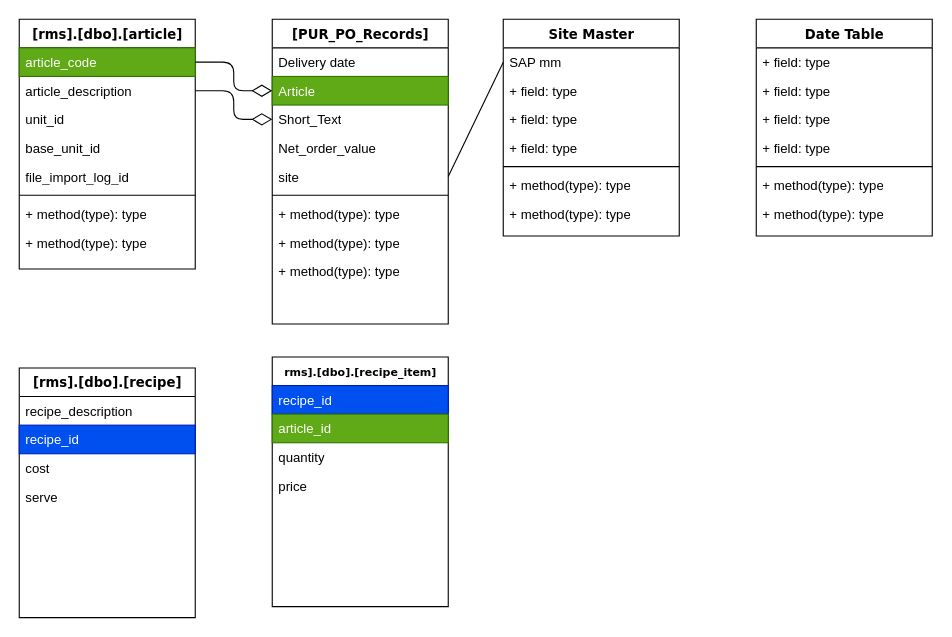
lolanto-ds/diagram keeps this draw.io diagram as Untitled Diagram.drawio. Above is the earlier version. Source tidied: cells renumbered, new cells numbered last; positions are measured from the earlier drawing's top-left corner, leaving out a move shared by most shapes. Both pictures are drawn from the tidied source at 110%, with x=0, y=0 at pixel (19, 19).
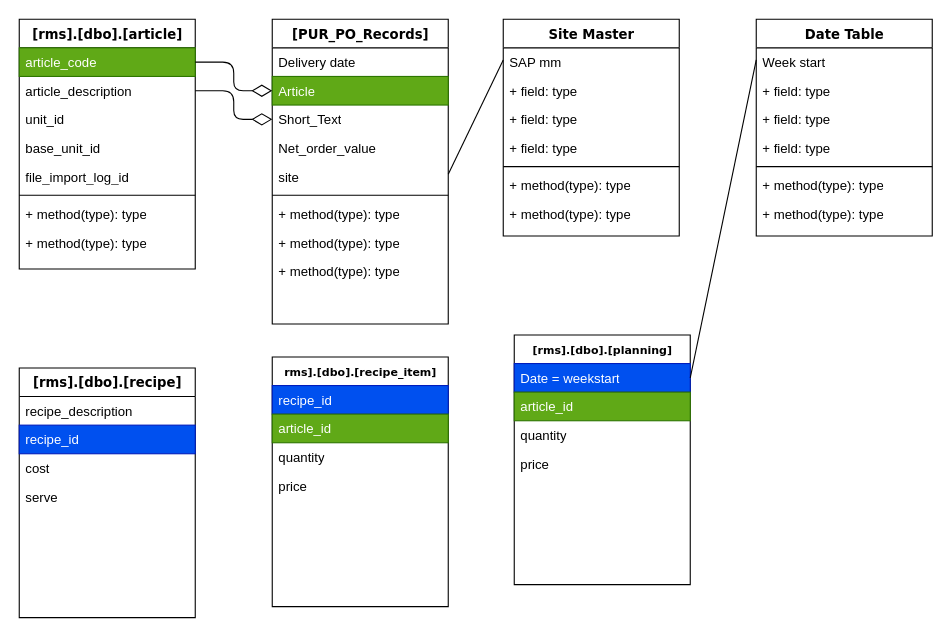
The same page after the edit.

Unchanged cells that the change refers to:
```xml
<mxCell id="16" value="site" style="text;html=1;strokeColor=none;fillColor=none;align=left;verticalAlign=top;spacingLeft=4;spacingRight=4;whiteSpace=wrap;overflow=hidden;points=[[0,0.5],[1,0.5]];portConstraint=eastwest;" parent="11" vertex="1">
  <mxGeometry y="130" width="160" height="26" as="geometry" />
</mxCell>
<mxCell id="22" value="SAP mm" style="text;html=1;strokeColor=none;fillColor=none;align=left;verticalAlign=top;spacingLeft=4;spacingRight=4;whiteSpace=wrap;overflow=hidden;points=[[0,0.5],[1,0.5]];portConstraint=eastwest;" parent="21" vertex="1">
  <mxGeometry y="26" width="160" height="26" as="geometry" />
</mxCell>
<mxCell id="36" value="Date Table" style="swimlane;html=1;fontStyle=1;align=center;verticalAlign=top;horizontal=1;startSize=26;swimlaneFillColor=#ffffff;rounded=0;shadow=0;comic=0;labelBackgroundColor=none;strokeWidth=1;fillColor=none;fontFamily=Verdana;fontSize=12;" parent="1" vertex="1">
  <mxGeometry x="670" width="160" height="197" as="geometry" />
</mxCell>
```

The edit, as a diff of the source:
```diff
@@
-    <mxCell id="37" value="+ field: type" style="text;html=1;strokeColor=none;fillColor=none;align=left;verticalAlign=top;spacingLeft=4;spacingRight=4;whiteSpace=wrap;overflow=hidden;" parent="36" vertex="1">
+    <mxCell id="37" value="Week start" style="text;html=1;strokeColor=none;fillColor=none;align=left;verticalAlign=top;spacingLeft=4;spacingRight=4;whiteSpace=wrap;overflow=hidden;" parent="36" vertex="1">
       <mxGeometry y="26" width="160" height="26" as="geometry" />
     </mxCell>
@@
-    <mxCell id="44" style="endArrow=none;html=1;rounded=0;fontSize=12;startSize=8;endSize=8;curved=1;entryX=0;entryY=0.5;entryDx=0;entryDy=0;exitX=1;exitY=0.5;exitDx=0;exitDy=0;" parent="1" edge="1" source="16" target="22">
-      <mxGeometry relative="1" as="geometry" />
+    <mxCell id="44" style="endArrow=none;html=1;rounded=0;fontSize=12;startSize=8;endSize=8;curved=1;entryX=0;entryY=0.5;entryDx=0;entryDy=0;exitX=1;exitY=0.5;exitDx=0;exitDy=0;" parent="1" edge="1">
+      <mxGeometry relative="1" as="geometry">
+        <mxPoint x="390" y="141" as="sourcePoint" />
+        <mxPoint x="440" y="37" as="targetPoint" />
+      </mxGeometry>
     </mxCell>
@@
+    <mxCell id="50" value="&lt;font style=&quot;font-size: 10px;&quot;&gt;[rms].[dbo].[planning]&lt;/font&gt;" style="swimlane;html=1;fontStyle=1;align=center;verticalAlign=top;horizontal=1;startSize=26;swimlaneFillColor=#ffffff;rounded=0;shadow=0;comic=0;labelBackgroundColor=none;strokeWidth=1;fillColor=none;fontFamily=Verdana;fontSize=12;" parent="1" vertex="1">
+      <mxGeometry x="450" y="287" width="160" height="227" as="geometry" />
+    </mxCell>
+    <mxCell id="51" value="Date = weekstart" style="text;html=1;strokeColor=#001DBC;fillColor=#0050ef;align=left;verticalAlign=top;spacingLeft=4;spacingRight=4;whiteSpace=wrap;overflow=hidden;points=[[0,0.5],[1,0.5]];portConstraint=eastwest;fontColor=#ffffff;" parent="50" vertex="1">
+      <mxGeometry y="26" width="160" height="26" as="geometry" />
+    </mxCell>
+    <mxCell id="52" value="article_id" style="text;html=1;strokeColor=#2D7600;fillColor=#60a917;align=left;verticalAlign=top;spacingLeft=4;spacingRight=4;whiteSpace=wrap;overflow=hidden;fontColor=#ffffff;" parent="50" vertex="1">
+      <mxGeometry y="52" width="160" height="26" as="geometry" />
+    </mxCell>
+    <mxCell id="53" value="quantity" style="text;html=1;strokeColor=none;fillColor=none;align=left;verticalAlign=top;spacingLeft=4;spacingRight=4;whiteSpace=wrap;overflow=hidden;" parent="50" vertex="1">
+      <mxGeometry y="78" width="160" height="26" as="geometry" />
+    </mxCell>
+    <mxCell id="54" value="price" style="text;html=1;strokeColor=none;fillColor=none;align=left;verticalAlign=top;spacingLeft=4;spacingRight=4;whiteSpace=wrap;overflow=hidden;" parent="50" vertex="1">
+      <mxGeometry y="104" width="160" height="26" as="geometry" />
+    </mxCell>
+    <mxCell id="55" style="endArrow=none;html=1;rounded=0;fontSize=12;startSize=8;endSize=8;curved=1;entryX=0;entryY=0.5;entryDx=0;entryDy=0;exitX=1;exitY=0.5;exitDx=0;exitDy=0;" parent="1" edge="1" source="51">
+      <mxGeometry relative="1" as="geometry">
+        <mxPoint x="670" y="37" as="targetPoint" />
+      </mxGeometry>
+    </mxCell>
```
